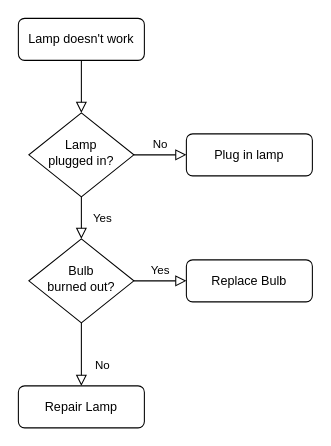
Before: Untitled Diagram.drawio in Carpete/Flowcharts, a draw.io diagram. Source tidied: cells renumbered, new cells numbered last; positions are measured from the earlier drawing's top-left corner, leaving out a move shared by most shapes. Both pictures are drawn from the tidied source at 105%, with x=0, y=0 at pixel (18, 18).
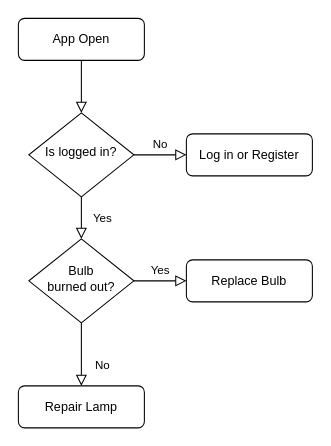
The same diagram, later.

Diff of the diagram source:
```diff
@@
 <mxGraphModel>
   <root>
     <mxCell id="0" />
     <mxCell id="1" parent="0" />
     <mxCell id="2" style="rounded=0;html=1;jettySize=auto;fontSize=11;endArrow=block;endFill=0;endSize=8;strokeWidth=1;shadow=0;labelBackgroundColor=none;edgeStyle=orthogonalEdgeStyle;" parent="1" edge="1" source="3" target="6">
       <mxGeometry relative="1" as="geometry" />
     </mxCell>
-    <mxCell id="3" value="Lamp doesn't work" style="rounded=1;whiteSpace=wrap;html=1;fontSize=12;glass=0;strokeWidth=1;shadow=0;" parent="1" vertex="1">
+    <mxCell id="3" value="App Open" style="rounded=1;whiteSpace=wrap;html=1;fontSize=12;glass=0;strokeWidth=1;shadow=0;" parent="1" vertex="1">
       <mxGeometry width="120" height="40" as="geometry" />
     </mxCell>
     <mxCell id="4" value="Yes" style="rounded=0;html=1;jettySize=auto;fontSize=11;endArrow=block;endFill=0;endSize=8;strokeWidth=1;shadow=0;labelBackgroundColor=none;edgeStyle=orthogonalEdgeStyle;" parent="1" edge="1" source="6" target="10">
       <mxGeometry y="20" relative="1" as="geometry" />
     </mxCell>
     <mxCell id="5" value="No" style="edgeStyle=orthogonalEdgeStyle;rounded=0;html=1;jettySize=auto;fontSize=11;endArrow=block;endFill=0;endSize=8;strokeWidth=1;shadow=0;labelBackgroundColor=none;" parent="1" edge="1" source="6" target="7">
       <mxGeometry y="10" relative="1" as="geometry" />
     </mxCell>
-    <mxCell id="6" value="Lamp&lt;br&gt;plugged in?" style="rhombus;whiteSpace=wrap;html=1;shadow=0;fontFamily=Helvetica;fontSize=12;align=center;strokeWidth=1;spacing=6;spacingTop=-4;" parent="1" vertex="1">
+    <mxCell id="6" value="Is logged in?" style="rhombus;whiteSpace=wrap;html=1;shadow=0;fontFamily=Helvetica;fontSize=12;align=center;strokeWidth=1;spacing=6;spacingTop=-4;" parent="1" vertex="1">
       <mxGeometry x="10" y="90" width="100" height="80" as="geometry" />
     </mxCell>
-    <mxCell id="7" value="Plug in lamp" style="rounded=1;whiteSpace=wrap;html=1;fontSize=12;glass=0;strokeWidth=1;shadow=0;" parent="1" vertex="1">
+    <mxCell id="7" value="Log in or Register" style="rounded=1;whiteSpace=wrap;html=1;fontSize=12;glass=0;strokeWidth=1;shadow=0;" parent="1" vertex="1">
       <mxGeometry x="160" y="110" width="120" height="40" as="geometry" />
     </mxCell>
     <mxCell id="8" value="No" style="rounded=0;html=1;jettySize=auto;fontSize=11;endArrow=block;endFill=0;endSize=8;strokeWidth=1;shadow=0;labelBackgroundColor=none;edgeStyle=orthogonalEdgeStyle;" parent="1" edge="1" source="10" target="11">
       <mxGeometry x="0.33" y="20" relative="1" as="geometry" />
     </mxCell>
     <mxCell id="9" value="Yes" style="edgeStyle=orthogonalEdgeStyle;rounded=0;html=1;jettySize=auto;fontSize=11;endArrow=block;endFill=0;endSize=8;strokeWidth=1;shadow=0;labelBackgroundColor=none;" parent="1" edge="1" source="10" target="12">
       <mxGeometry y="10" relative="1" as="geometry" />
     </mxCell>
     <mxCell id="10" value="Bulb&lt;br&gt;burned out?" style="rhombus;whiteSpace=wrap;html=1;shadow=0;fontFamily=Helvetica;fontSize=12;align=center;strokeWidth=1;spacing=6;spacingTop=-4;" parent="1" vertex="1">
       <mxGeometry x="10" y="210" width="100" height="80" as="geometry" />
     </mxCell>
     <mxCell id="11" value="Repair Lamp" style="rounded=1;whiteSpace=wrap;html=1;fontSize=12;glass=0;strokeWidth=1;shadow=0;" parent="1" vertex="1">
       <mxGeometry y="350" width="120" height="40" as="geometry" />
     </mxCell>
     <mxCell id="12" value="Replace Bulb" style="rounded=1;whiteSpace=wrap;html=1;fontSize=12;glass=0;strokeWidth=1;shadow=0;" parent="1" vertex="1">
       <mxGeometry x="160" y="230" width="120" height="40" as="geometry" />
     </mxCell>
   </root>
 </mxGraphModel>
```
